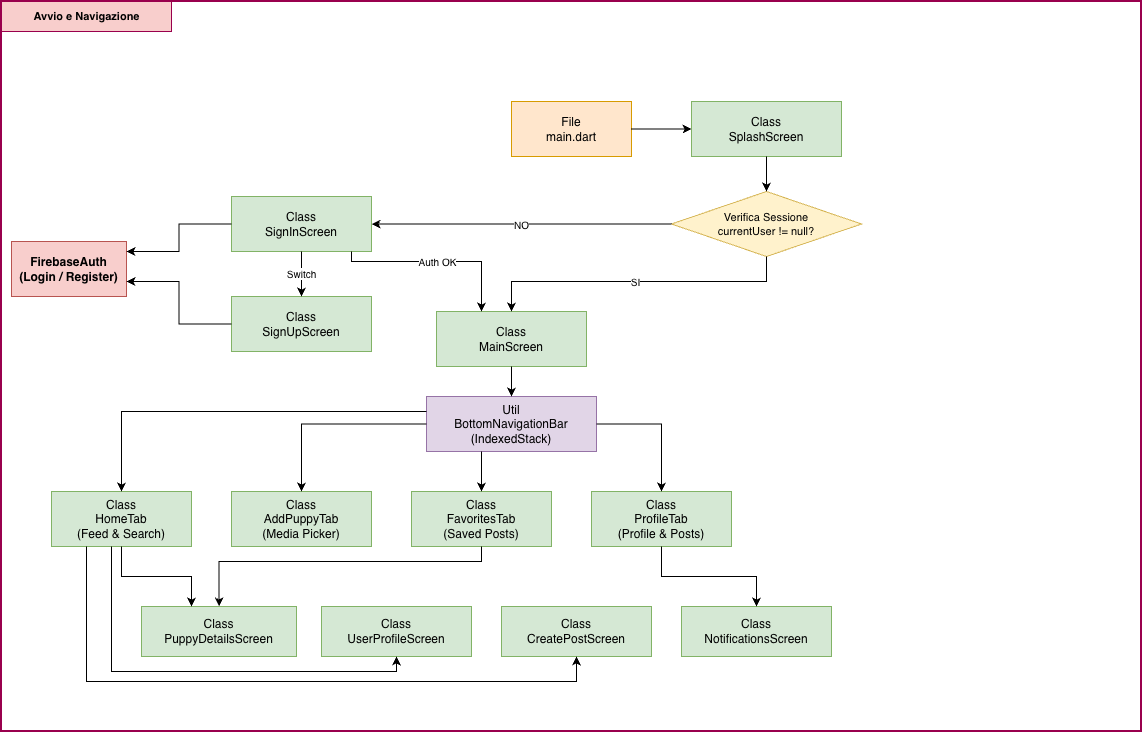
Above: TesinaPaws/img/avvio_navigazione_flutter.drawio.png in VaccaroSara/Paws (draw.io), before the change. Source tidied: cells renumbered, new cells last; positions are measured from the earlier drawing's top-left corner, leaving out a move shared by most shapes.
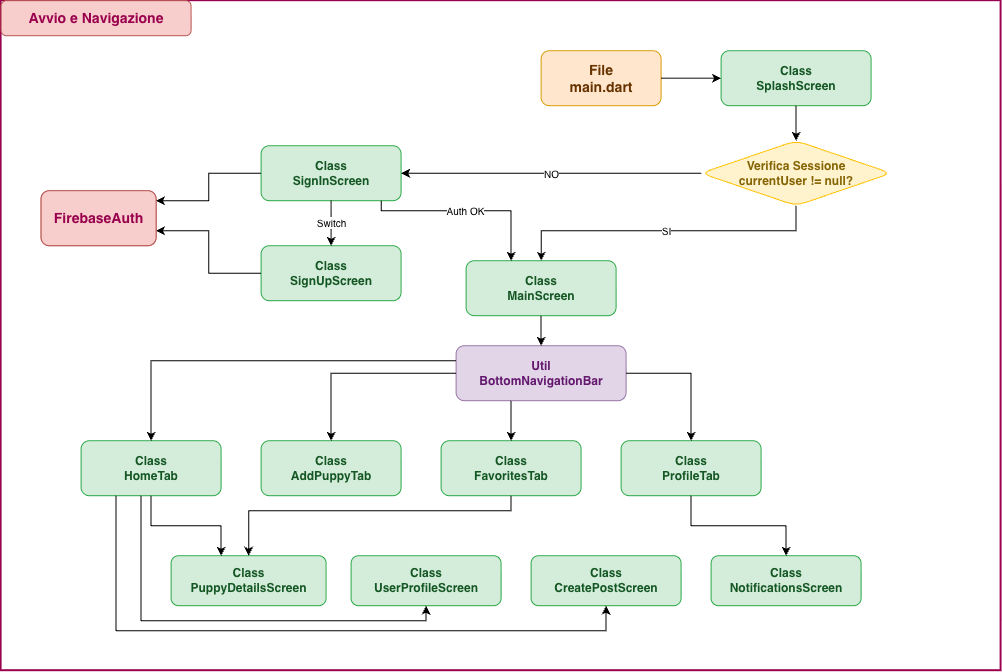
The same file after the commit.

The edit, as a diff of the source:
```diff
@@ -2,58 +2,52 @@
   <root>
     <mxCell id="0" />
     <mxCell id="1" parent="0" />
-    <mxCell id="2" style="rounded=0;whiteSpace=wrap;html=1;fillColor=#FFFFFF;strokeColor=#99004D;strokeWidth=2;verticalAlign=top;align=left;" parent="1" vertex="1">
-      <mxGeometry width="1140" height="730" as="geometry" />
-    </mxCell>
-    <mxCell id="3" value="Avvio e Navigazione" style="shape=label;html=1;fillColor=#F8CECC;strokeColor=#99004D;fontStyle=1;fontSize=11;fontColor=#000000;align=center;verticalAlign=middle;rounded=0;" parent="1" vertex="1">
-      <mxGeometry width="170" height="30" as="geometry" />
-    </mxCell>
-    <mxCell id="4" value="File&#10;main.dart" style="rounded=0;whiteSpace=wrap;html=1;fillColor=#FFE6CC;strokeColor=#D79B00;fontColor=#000000;fontSize=12;align=center;verticalAlign=middle;" parent="1" vertex="1">
+    <mxCell id="4" value="File&#10;main.dart" style="rounded=1;whiteSpace=wrap;html=1;fillColor=#FFE6CC;strokeColor=#D79B00;fontColor=#663300;fontSize=14;align=center;verticalAlign=middle;fontFamily=Helvetica;fontStyle=1;" parent="1" vertex="1">
       <mxGeometry x="510" y="100" width="120" height="55" as="geometry" />
     </mxCell>
-    <mxCell id="5" value="Class&#10;SplashScreen" style="rounded=0;whiteSpace=wrap;html=1;fillColor=#D5E8D4;strokeColor=#82B366;fontColor=#000000;fontSize=12;align=center;verticalAlign=middle;" parent="1" vertex="1">
+    <mxCell id="5" value="Class&#10;SplashScreen" style="rounded=1;whiteSpace=wrap;html=1;fillColor=#d4edda;strokeColor=#28a745;fontColor=#155724;fontSize=12;align=center;verticalAlign=middle;fontFamily=Helvetica;fontStyle=1;" parent="1" vertex="1">
       <mxGeometry x="690" y="100" width="150" height="55" as="geometry" />
     </mxCell>
-    <mxCell id="6" value="Verifica Sessione&#10;currentUser != null?" style="rhombus;whiteSpace=wrap;html=1;fillColor=#FFF2CC;strokeColor=#D6B656;fontColor=#000000;fontSize=11;align=center;verticalAlign=middle;" parent="1" vertex="1">
+    <mxCell id="6" value="Verifica Sessione&#10;currentUser != null?" style="rhombus;whiteSpace=wrap;html=1;fillColor=#fff3cd;strokeColor=#ffc107;fontColor=#856404;fontSize=12;align=center;verticalAlign=middle;rounded=1;fontFamily=Helvetica;fontStyle=1;" parent="1" vertex="1">
       <mxGeometry x="670" y="190" width="190" height="65" as="geometry" />
     </mxCell>
-    <mxCell id="7" value="Class&#10;SignInScreen" style="rounded=0;whiteSpace=wrap;html=1;fillColor=#D5E8D4;strokeColor=#82B366;fontColor=#000000;fontSize=12;align=center;verticalAlign=middle;" parent="1" vertex="1">
+    <mxCell id="7" value="Class&#10;SignInScreen" style="rounded=1;whiteSpace=wrap;html=1;fillColor=#d4edda;strokeColor=#28a745;fontColor=#155724;fontSize=12;align=center;verticalAlign=middle;fontFamily=Helvetica;fontStyle=1;" parent="1" vertex="1">
       <mxGeometry x="230" y="195" width="140" height="55" as="geometry" />
     </mxCell>
-    <mxCell id="8" value="Class&#10;SignUpScreen" style="rounded=0;whiteSpace=wrap;html=1;fillColor=#D5E8D4;strokeColor=#82B366;fontColor=#000000;fontSize=12;align=center;verticalAlign=middle;" parent="1" vertex="1">
+    <mxCell id="8" value="Class&#10;SignUpScreen" style="rounded=1;whiteSpace=wrap;html=1;fillColor=#d4edda;strokeColor=#28a745;fontColor=#155724;fontSize=12;align=center;verticalAlign=middle;fontFamily=Helvetica;fontStyle=1;" parent="1" vertex="1">
       <mxGeometry x="230" y="295" width="140" height="55" as="geometry" />
     </mxCell>
-    <mxCell id="9" value="FirebaseAuth&#10;(Login / Register)" style="rounded=0;whiteSpace=wrap;html=1;fillColor=#F8CECC;strokeColor=#B85450;fontColor=#000000;fontSize=12;fontStyle=1;align=center;verticalAlign=middle;" parent="1" vertex="1">
+    <mxCell id="9" value="FirebaseAuth&#10;(Login / Register)" style="rounded=1;whiteSpace=wrap;html=1;fillColor=#f8cecc;strokeColor=#b85450;fontColor=default;fontSize=14;fontStyle=1;align=center;verticalAlign=middle;fontFamily=Helvetica;" parent="1" vertex="1">
       <mxGeometry x="10" y="240" width="115" height="55" as="geometry" />
     </mxCell>
-    <mxCell id="10" value="Class&#10;MainScreen" style="rounded=0;whiteSpace=wrap;html=1;fillColor=#D5E8D4;strokeColor=#82B366;fontColor=#000000;fontSize=12;align=center;verticalAlign=middle;" parent="1" vertex="1">
+    <mxCell id="10" value="Class&#10;MainScreen" style="rounded=1;whiteSpace=wrap;html=1;fillColor=#d4edda;strokeColor=#28a745;fontColor=#155724;fontSize=12;align=center;verticalAlign=middle;fontFamily=Helvetica;fontStyle=1;" parent="1" vertex="1">
       <mxGeometry x="435" y="310" width="150" height="55" as="geometry" />
     </mxCell>
-    <mxCell id="11" value="Util&#10;BottomNavigationBar&#10;(IndexedStack)" style="rounded=0;whiteSpace=wrap;html=1;fillColor=#E1D5E7;strokeColor=#9673A6;fontColor=#000000;fontSize=12;align=center;verticalAlign=middle;" parent="1" vertex="1">
+    <mxCell id="11" value="Util&lt;br&gt;BottomNavigationBar" style="rounded=1;whiteSpace=wrap;html=1;fillColor=#E1D5E7;strokeColor=#9673A6;fontColor=light-dark(#63186d, #ededed);fontSize=12;align=center;verticalAlign=middle;fontStyle=1;" parent="1" vertex="1">
       <mxGeometry x="425" y="395" width="170" height="55" as="geometry" />
     </mxCell>
-    <mxCell id="12" value="Class&#10;HomeTab&#10;(Feed &amp; Search)" style="rounded=0;whiteSpace=wrap;html=1;fillColor=#D5E8D4;strokeColor=#82B366;fontColor=#000000;fontSize=12;align=center;verticalAlign=middle;" parent="1" vertex="1">
+    <mxCell id="12" value="Class&lt;br&gt;HomeTab" style="rounded=1;whiteSpace=wrap;html=1;fillColor=#d4edda;strokeColor=#28a745;fontColor=#155724;fontSize=12;align=center;verticalAlign=middle;fontFamily=Helvetica;fontStyle=1;" parent="1" vertex="1">
       <mxGeometry x="50" y="490" width="140" height="55" as="geometry" />
     </mxCell>
-    <mxCell id="13" value="Class&#10;AddPuppyTab&#10;(Media Picker)" style="rounded=0;whiteSpace=wrap;html=1;fillColor=#D5E8D4;strokeColor=#82B366;fontColor=#000000;fontSize=12;align=center;verticalAlign=middle;" parent="1" vertex="1">
+    <mxCell id="13" value="Class&lt;br&gt;AddPuppyTab" style="rounded=1;whiteSpace=wrap;html=1;fillColor=#d4edda;strokeColor=#28a745;fontColor=#155724;fontSize=12;align=center;verticalAlign=middle;fontFamily=Helvetica;fontStyle=1;" parent="1" vertex="1">
       <mxGeometry x="230" y="490" width="140" height="55" as="geometry" />
     </mxCell>
-    <mxCell id="14" value="Class&#10;FavoritesTab&#10;(Saved Posts)" style="rounded=0;whiteSpace=wrap;html=1;fillColor=#D5E8D4;strokeColor=#82B366;fontColor=#000000;fontSize=12;align=center;verticalAlign=middle;" parent="1" vertex="1">
+    <mxCell id="14" value="Class&lt;br&gt;FavoritesTab" style="rounded=1;whiteSpace=wrap;html=1;fillColor=#d4edda;strokeColor=#28a745;fontColor=#155724;fontSize=12;align=center;verticalAlign=middle;fontFamily=Helvetica;fontStyle=1;" parent="1" vertex="1">
       <mxGeometry x="410" y="490" width="140" height="55" as="geometry" />
     </mxCell>
-    <mxCell id="15" value="Class&#10;ProfileTab&#10;(Profile &amp; Posts)" style="rounded=0;whiteSpace=wrap;html=1;fillColor=#D5E8D4;strokeColor=#82B366;fontColor=#000000;fontSize=12;align=center;verticalAlign=middle;" parent="1" vertex="1">
+    <mxCell id="15" value="Class&lt;br&gt;ProfileTab" style="rounded=1;whiteSpace=wrap;html=1;fillColor=#d4edda;strokeColor=#28a745;fontColor=#155724;fontSize=12;align=center;verticalAlign=middle;fontFamily=Helvetica;fontStyle=1;" parent="1" vertex="1">
       <mxGeometry x="590" y="490" width="140" height="55" as="geometry" />
     </mxCell>
-    <mxCell id="16" value="Class&#10;PuppyDetailsScreen" style="rounded=0;whiteSpace=wrap;html=1;fillColor=#D5E8D4;strokeColor=#82B366;fontColor=#000000;fontSize=12;align=center;verticalAlign=middle;" parent="1" vertex="1">
+    <mxCell id="16" value="Class&#10;PuppyDetailsScreen" style="rounded=1;whiteSpace=wrap;html=1;fillColor=#d4edda;strokeColor=#28a745;fontColor=#155724;fontSize=12;align=center;verticalAlign=middle;fontFamily=Helvetica;fontStyle=1;" parent="1" vertex="1">
       <mxGeometry x="140" y="605" width="155" height="50" as="geometry" />
     </mxCell>
-    <mxCell id="17" value="Class&#10;UserProfileScreen" style="rounded=0;whiteSpace=wrap;html=1;fillColor=#D5E8D4;strokeColor=#82B366;fontColor=#000000;fontSize=12;align=center;verticalAlign=middle;" parent="1" vertex="1">
+    <mxCell id="17" value="Class&#10;UserProfileScreen" style="rounded=1;whiteSpace=wrap;html=1;fillColor=#d4edda;strokeColor=#28a745;fontColor=#155724;fontSize=12;align=center;verticalAlign=middle;fontFamily=Helvetica;fontStyle=1;" parent="1" vertex="1">
       <mxGeometry x="320" y="605" width="150" height="50" as="geometry" />
     </mxCell>
-    <mxCell id="18" value="Class&#10;CreatePostScreen" style="rounded=0;whiteSpace=wrap;html=1;fillColor=#D5E8D4;strokeColor=#82B366;fontColor=#000000;fontSize=12;align=center;verticalAlign=middle;" parent="1" vertex="1">
+    <mxCell id="18" value="Class&#10;CreatePostScreen" style="rounded=1;whiteSpace=wrap;html=1;fillColor=#d4edda;strokeColor=#28a745;fontColor=#155724;fontSize=12;align=center;verticalAlign=middle;fontFamily=Helvetica;fontStyle=1;" parent="1" vertex="1">
       <mxGeometry x="500" y="605" width="150" height="50" as="geometry" />
     </mxCell>
-    <mxCell id="19" value="Class&#10;NotificationsScreen" style="rounded=0;whiteSpace=wrap;html=1;fillColor=#D5E8D4;strokeColor=#82B366;fontColor=#000000;fontSize=12;align=center;verticalAlign=middle;" parent="1" vertex="1">
+    <mxCell id="19" value="Class&#10;NotificationsScreen" style="rounded=1;whiteSpace=wrap;html=1;fillColor=#d4edda;strokeColor=#28a745;fontColor=#155724;fontSize=12;align=center;verticalAlign=middle;fontFamily=Helvetica;fontStyle=1;" parent="1" vertex="1">
       <mxGeometry x="680" y="605" width="150" height="50" as="geometry" />
     </mxCell>
     <mxCell id="20" style="edgeStyle=orthogonalEdgeStyle;rounded=0;jettySize=auto;html=1;endArrow=classic;endWidth=6;endSize=6;strokeColor=#000000;strokeWidth=1;fontSize=10;" parent="1" edge="1" source="4" target="5">
@@ -168,5 +162,14 @@
     <mxCell id="37" style="edgeStyle=orthogonalEdgeStyle;rounded=0;jettySize=auto;html=1;endArrow=classic;endWidth=6;endSize=6;strokeColor=#000000;strokeWidth=1;fontSize=10;" parent="1" edge="1" source="15" target="19">
       <mxGeometry relative="1" as="geometry" />
     </mxCell>
+    <mxCell id="38" style="rounded=0;whiteSpace=wrap;html=1;fillColor=none;strokeWidth=2;strokeColor=light-dark(#99004d, #ededed);" parent="1" vertex="1">
+      <mxGeometry x="-30" y="50" width="1000" height="670" as="geometry" />
+    </mxCell>
+    <mxCell id="39" value="&lt;span style=&quot;color: rgb(153, 0, 77);&quot;&gt;FirebaseAuth&lt;br&gt;&lt;/span&gt;" style="rounded=1;whiteSpace=wrap;html=1;fillColor=#f8cecc;strokeColor=#b85450;fontStyle=1;fontSize=14;" parent="1" vertex="1">
+      <mxGeometry x="10" y="240" width="115" height="55" as="geometry" />
+    </mxCell>
+    <mxCell id="3" value="&lt;span style=&quot;color: rgb(153, 0, 77);&quot;&gt;Avvio e Navigazione&lt;/span&gt;" style="rounded=1;whiteSpace=wrap;html=1;fillColor=#f8cecc;strokeColor=#b85450;fontStyle=1;fontSize=14;" parent="1" vertex="1">
+      <mxGeometry x="-30" y="50" width="190" height="35" as="geometry" />
+    </mxCell>
   </root>
 </mxGraphModel>
```
